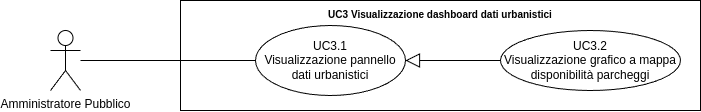
Earlier version of the draw.io export src/3_PB/AnalisiDeiRequisiti/assets/UML/UC3.2_Visualizzazione-grafico-a-mappa-disponibilità-parcheggi.png (SWATEngineering/Docs). Source tidied: cells renumbered, new cells last; positions are measured from the earlier drawing's top-left corner, leaving out a move shared by most shapes.
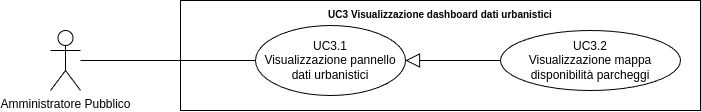
After the change.

What changed in the source:
```diff
@@ -11,7 +11,7 @@
     <mxCell id="4" style="edgeStyle=none;html=1;endArrow=none;verticalAlign=bottom;rounded=0;" parent="1" edge="1" source="2" target="6">
       <mxGeometry relative="1" as="geometry" />
     </mxCell>
-    <mxCell id="5" value="UC3.2&lt;br&gt;Visualizzazione grafico a mappa disponibilità parcheggi" style="ellipse;whiteSpace=wrap;html=1;" parent="1" vertex="1">
+    <mxCell id="5" value="UC3.2&lt;br&gt;Visualizzazione mappa disponibilità parcheggi" style="ellipse;whiteSpace=wrap;html=1;" parent="1" vertex="1">
       <mxGeometry x="450" y="30" width="180" height="60" as="geometry" />
     </mxCell>
     <mxCell id="6" value="UC3.1&lt;br style=&quot;border-color: var(--border-color);&quot;&gt;Visualizzazione pannello dati urbanistici" style="ellipse;whiteSpace=wrap;html=1;" parent="1" vertex="1">
```
